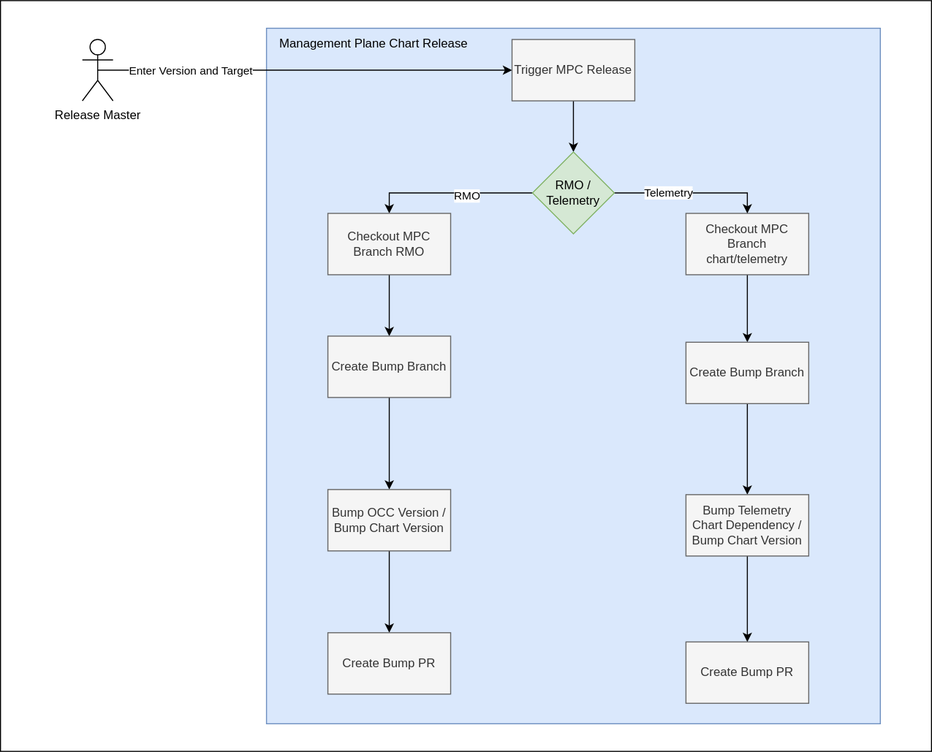
Above: docs/contributor/assets/auditable-release-mpc-release.drawio.svg in kyma-project/telemetry-manager (draw.io), before the change. Source tidied: cells renumbered, new cells last; positions are measured from the earlier drawing's top-left corner, leaving out a move shared by most shapes.
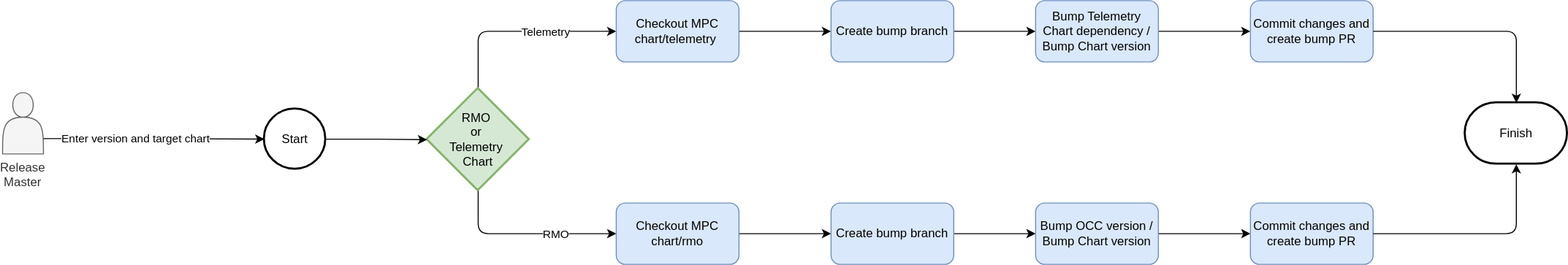
Above is the later version.

The edit, as a diff of the source:
```diff
@@ -2,88 +2,90 @@
   <root>
     <mxCell id="0" />
     <mxCell id="1" parent="0" />
-    <mxCell id="2" style="rounded=0;whiteSpace=wrap;html=1;" parent="1" vertex="1">
-      <mxGeometry width="910" height="734" as="geometry" />
-    </mxCell>
-    <mxCell id="3" style="rounded=0;whiteSpace=wrap;html=1;fillColor=#dae8fc;strokeColor=#6c8ebf;" parent="1" vertex="1">
-      <mxGeometry x="260" y="27" width="600" height="680" as="geometry" />
-    </mxCell>
-    <mxCell id="4" style="edgeStyle=orthogonalEdgeStyle;rounded=0;jettySize=auto;html=1;exitX=0.5;exitY=0.5;exitDx=0;exitDy=0;exitPerimeter=0;entryX=0;entryY=0.5;entryDx=0;entryDy=0;" parent="1" edge="1" source="6" target="8">
-      <mxGeometry relative="1" as="geometry" />
-    </mxCell>
-    <mxCell id="5" value="Enter Version and Target" style="edgeLabel;html=1;align=center;verticalAlign=middle;" parent="4" vertex="1">
-      <mxGeometry x="-0.26" y="-2" relative="1" as="geometry">
-        <mxPoint x="-59" y="-2" as="offset" />
-      </mxGeometry>
-    </mxCell>
-    <mxCell id="6" value="Release Master" style="shape=umlActor;verticalLabelPosition=bottom;verticalAlign=top;html=1;outlineConnect=0;" parent="1" vertex="1">
-      <mxGeometry x="80" y="38" width="30" height="60" as="geometry" />
+    <mxCell id="6" value="Release Master" style="shape=actor;whiteSpace=wrap;html=1;labelPosition=center;verticalLabelPosition=bottom;align=center;verticalAlign=top;fillColor=#f5f5f5;fontColor=#333333;strokeColor=#666666;" parent="1" vertex="1">
+      <mxGeometry x="80" y="38" width="40" height="60" as="geometry" />
     </mxCell>
-    <mxCell id="7" style="edgeStyle=orthogonalEdgeStyle;rounded=0;jettySize=auto;html=1;exitX=0.5;exitY=1;exitDx=0;exitDy=0;entryX=0.5;entryY=0;entryDx=0;entryDy=0;" parent="1" edge="1" source="8" target="20">
-      <mxGeometry relative="1" as="geometry" />
-    </mxCell>
-    <mxCell id="8" value="Trigger MPC Release" style="rounded=0;whiteSpace=wrap;html=1;fillColor=#f5f5f5;fontColor=#333333;strokeColor=#666666;" parent="1" vertex="1">
-      <mxGeometry x="500" y="38" width="120" height="60" as="geometry" />
-    </mxCell>
-    <mxCell id="9" style="edgeStyle=orthogonalEdgeStyle;rounded=0;jettySize=auto;html=1;exitX=0.5;exitY=1;exitDx=0;exitDy=0;entryX=0.5;entryY=0;entryDx=0;entryDy=0;" parent="1" edge="1" source="10" target="12">
-      <mxGeometry relative="1" as="geometry" />
-    </mxCell>
-    <mxCell id="10" value="Checkout MPC Branch chart/telemetry" style="rounded=0;whiteSpace=wrap;html=1;fillColor=#f5f5f5;fontColor=#333333;strokeColor=#666666;" parent="1" vertex="1">
-      <mxGeometry x="670" y="208" width="120" height="60" as="geometry" />
-    </mxCell>
-    <mxCell id="11" style="edgeStyle=orthogonalEdgeStyle;rounded=0;jettySize=auto;html=1;exitX=0.5;exitY=1;exitDx=0;exitDy=0;entryX=0.5;entryY=0;entryDx=0;entryDy=0;" parent="1" edge="1" source="12" target="14">
-      <mxGeometry relative="1" as="geometry" />
-    </mxCell>
-    <mxCell id="12" value="Create Bump Branch" style="rounded=0;whiteSpace=wrap;html=1;fillColor=#f5f5f5;fontColor=#333333;strokeColor=#666666;" parent="1" vertex="1">
-      <mxGeometry x="670" y="334" width="120" height="60" as="geometry" />
-    </mxCell>
-    <mxCell id="13" style="edgeStyle=orthogonalEdgeStyle;rounded=0;jettySize=auto;html=1;exitX=0.5;exitY=1;exitDx=0;exitDy=0;entryX=0.5;entryY=0;entryDx=0;entryDy=0;" parent="1" edge="1" source="14" target="15">
-      <mxGeometry relative="1" as="geometry" />
-    </mxCell>
-    <mxCell id="14" value="Bump Telemetry Chart Dependency / Bump Chart Version" style="rounded=0;whiteSpace=wrap;html=1;fillColor=#f5f5f5;fontColor=#333333;strokeColor=#666666;" parent="1" vertex="1">
-      <mxGeometry x="670" y="483" width="120" height="60" as="geometry" />
-    </mxCell>
-    <mxCell id="15" value="Create Bump PR" style="rounded=0;whiteSpace=wrap;html=1;fillColor=#f5f5f5;fontColor=#333333;strokeColor=#666666;" parent="1" vertex="1">
-      <mxGeometry x="670" y="627" width="120" height="60" as="geometry" />
-    </mxCell>
-    <mxCell id="16" style="edgeStyle=orthogonalEdgeStyle;rounded=0;jettySize=auto;html=1;exitX=1;exitY=0.5;exitDx=0;exitDy=0;entryX=0.5;entryY=0;entryDx=0;entryDy=0;" parent="1" edge="1" source="20" target="10">
-      <mxGeometry relative="1" as="geometry" />
-    </mxCell>
+    <mxCell id="29" value="Start" style="strokeWidth=2;html=1;shape=mxgraph.flowchart.start_2;whiteSpace=wrap;" parent="1" vertex="1">
+      <mxGeometry x="336" y="54" width="60" height="59" as="geometry" />
+    </mxCell>
+    <mxCell id="30" style="edgeStyle=orthogonalEdgeStyle;rounded=0;jettySize=auto;html=1;exitX=1;exitY=0.75;exitDx=0;exitDy=0;entryX=0;entryY=0.5;entryDx=0;entryDy=0;entryPerimeter=0;" parent="1" edge="1" source="6" target="29">
+      <mxGeometry relative="1" as="geometry" />
+    </mxCell>
+    <mxCell id="31" value="Enter version and target chart" style="edgeLabel;html=1;align=center;verticalAlign=middle;" parent="30" vertex="1">
+      <mxGeometry x="-0.17" y="1" relative="1" as="geometry" />
+    </mxCell>
+    <mxCell id="32" style="edgeStyle=orthogonalEdgeStyle;rounded=1;jettySize=auto;html=1;exitX=0.5;exitY=1;exitDx=0;exitDy=0;exitPerimeter=0;entryX=0;entryY=0.5;entryDx=0;entryDy=0;curved=0;" parent="1" edge="1" source="34" target="36">
+      <mxGeometry relative="1" as="geometry" />
+    </mxCell>
+    <mxCell id="19" value="RMO" style="edgeLabel;html=1;align=center;verticalAlign=middle;" parent="32" vertex="1">
+      <mxGeometry x="-0.45" y="1" relative="1" as="geometry">
+        <mxPoint x="69" y="1" as="offset" />
+      </mxGeometry>
+    </mxCell>
+    <mxCell id="33" style="edgeStyle=orthogonalEdgeStyle;rounded=1;jettySize=auto;html=1;entryX=0;entryY=0.5;entryDx=0;entryDy=0;curved=0;exitX=0.5;exitY=0;exitDx=0;exitDy=0;exitPerimeter=0;" parent="1" edge="1" source="34" target="38">
+      <mxGeometry relative="1" as="geometry" />
+    </mxCell>
-    <mxCell id="17" value="Telemetry" style="edgeLabel;html=1;align=center;verticalAlign=middle;" parent="16" vertex="1">
-      <mxGeometry x="-0.31" y="1" relative="1" as="geometry" />
+    <mxCell id="17" value="Telemetry" style="edgeLabel;html=1;align=center;verticalAlign=middle;" parent="33" vertex="1">
+      <mxGeometry x="-0.32" y="3" relative="1" as="geometry">
+        <mxPoint x="56" y="3" as="offset" />
+      </mxGeometry>
     </mxCell>
-    <mxCell id="18" style="edgeStyle=orthogonalEdgeStyle;rounded=0;jettySize=auto;html=1;exitX=0;exitY=0.5;exitDx=0;exitDy=0;entryX=0.5;entryY=0;entryDx=0;entryDy=0;" parent="1" edge="1" source="20" target="22">
-      <mxGeometry relative="1" as="geometry" />
-    </mxCell>
-    <mxCell id="19" value="RMO" style="edgeLabel;html=1;align=center;verticalAlign=middle;" parent="18" vertex="1">
-      <mxGeometry x="-0.19" y="2" relative="1" as="geometry" />
-    </mxCell>
-    <mxCell id="20" value="RMO / Telemetry" style="rhombus;whiteSpace=wrap;html=1;fillColor=#d5e8d4;strokeColor=#82b366;" parent="1" vertex="1">
-      <mxGeometry x="520" y="148" width="80" height="80" as="geometry" />
-    </mxCell>
-    <mxCell id="21" style="edgeStyle=orthogonalEdgeStyle;rounded=0;jettySize=auto;html=1;exitX=0.5;exitY=1;exitDx=0;exitDy=0;" parent="1" edge="1" source="22" target="24">
-      <mxGeometry relative="1" as="geometry" />
-    </mxCell>
-    <mxCell id="22" value="Checkout MPC Branch RMO" style="rounded=0;whiteSpace=wrap;html=1;fillColor=#f5f5f5;fontColor=#333333;strokeColor=#666666;" parent="1" vertex="1">
-      <mxGeometry x="320" y="208" width="120" height="60" as="geometry" />
-    </mxCell>
-    <mxCell id="23" style="edgeStyle=orthogonalEdgeStyle;rounded=0;jettySize=auto;html=1;exitX=0.5;exitY=1;exitDx=0;exitDy=0;entryX=0.5;entryY=0;entryDx=0;entryDy=0;" parent="1" edge="1" source="24" target="26">
-      <mxGeometry relative="1" as="geometry" />
-    </mxCell>
-    <mxCell id="24" value="Create Bump Branch" style="rounded=0;whiteSpace=wrap;html=1;fillColor=#f5f5f5;fontColor=#333333;strokeColor=#666666;" parent="1" vertex="1">
-      <mxGeometry x="320" y="328" width="120" height="60" as="geometry" />
-    </mxCell>
-    <mxCell id="25" style="edgeStyle=orthogonalEdgeStyle;rounded=0;jettySize=auto;html=1;exitX=0.5;exitY=1;exitDx=0;exitDy=0;entryX=0.5;entryY=0;entryDx=0;entryDy=0;" parent="1" edge="1" source="26" target="27">
-      <mxGeometry relative="1" as="geometry" />
-    </mxCell>
-    <mxCell id="26" value="Bump OCC Version / Bump Chart Version" style="rounded=0;whiteSpace=wrap;html=1;fillColor=#f5f5f5;fontColor=#333333;strokeColor=#666666;" parent="1" vertex="1">
-      <mxGeometry x="320" y="478" width="120" height="60" as="geometry" />
-    </mxCell>
-    <mxCell id="27" value="Create Bump PR" style="rounded=0;whiteSpace=wrap;html=1;fillColor=#f5f5f5;fontColor=#333333;strokeColor=#666666;" parent="1" vertex="1">
-      <mxGeometry x="320" y="618" width="120" height="60" as="geometry" />
-    </mxCell>
-    <mxCell id="28" value="Management Plane Chart Release" style="text;html=1;whiteSpace=wrap;strokeColor=none;fillColor=none;align=center;verticalAlign=middle;rounded=0;" parent="1" vertex="1">
-      <mxGeometry x="270" y="27" width="190" height="30" as="geometry" />
-    </mxCell>
+    <mxCell id="34" value="RMO&amp;nbsp;&lt;div&gt;or&amp;nbsp;&lt;div&gt;Telemetry&amp;nbsp;&lt;/div&gt;&lt;div&gt;Chart&lt;/div&gt;&lt;/div&gt;" style="strokeWidth=2;html=1;shape=mxgraph.flowchart.decision;whiteSpace=wrap;fillColor=#d5e8d4;strokeColor=#82b366;" parent="1" vertex="1">
+      <mxGeometry x="495" y="34" width="100" height="100" as="geometry" />
+    </mxCell>
+    <mxCell id="35" style="edgeStyle=orthogonalEdgeStyle;rounded=0;jettySize=auto;html=1;exitX=1;exitY=0.5;exitDx=0;exitDy=0;entryX=0;entryY=0.5;entryDx=0;entryDy=0;" parent="1" edge="1" source="36" target="40">
+      <mxGeometry relative="1" as="geometry" />
+    </mxCell>
+    <mxCell id="36" value="Checkout MPC chart/rmo" style="rounded=1;whiteSpace=wrap;html=1;fillColor=#dae8fc;strokeColor=#6c8ebf;" parent="1" vertex="1">
+      <mxGeometry x="680" y="146" width="120" height="60" as="geometry" />
+    </mxCell>
+    <mxCell id="37" style="edgeStyle=orthogonalEdgeStyle;rounded=0;jettySize=auto;html=1;exitX=1;exitY=0.5;exitDx=0;exitDy=0;entryX=0;entryY=0.5;entryDx=0;entryDy=0;" parent="1" edge="1" source="38" target="46">
+      <mxGeometry relative="1" as="geometry" />
+    </mxCell>
+    <mxCell id="38" value="Checkout MPC chart/telemetry&amp;nbsp;" style="rounded=1;whiteSpace=wrap;html=1;fillColor=#dae8fc;strokeColor=#6c8ebf;" parent="1" vertex="1">
+      <mxGeometry x="680" y="-52" width="120" height="60" as="geometry" />
+    </mxCell>
+    <mxCell id="39" style="edgeStyle=orthogonalEdgeStyle;rounded=0;jettySize=auto;html=1;exitX=1;exitY=0.5;exitDx=0;exitDy=0;entryX=0;entryY=0.5;entryDx=0;entryDy=0;" parent="1" edge="1" source="40" target="42">
+      <mxGeometry relative="1" as="geometry" />
+    </mxCell>
+    <mxCell id="40" value="Create bump branch" style="rounded=1;whiteSpace=wrap;html=1;fillColor=#dae8fc;strokeColor=#6c8ebf;" parent="1" vertex="1">
+      <mxGeometry x="890" y="146" width="120" height="60" as="geometry" />
+    </mxCell>
+    <mxCell id="41" style="edgeStyle=orthogonalEdgeStyle;rounded=0;jettySize=auto;html=1;exitX=1;exitY=0.5;exitDx=0;exitDy=0;entryX=0;entryY=0.5;entryDx=0;entryDy=0;" parent="1" edge="1" source="42" target="43">
+      <mxGeometry relative="1" as="geometry" />
+    </mxCell>
+    <mxCell id="42" value="Bump OCC version / Bump Chart version" style="rounded=1;whiteSpace=wrap;html=1;fillColor=#dae8fc;strokeColor=#6c8ebf;" parent="1" vertex="1">
+      <mxGeometry x="1090" y="146" width="120" height="60" as="geometry" />
+    </mxCell>
+    <mxCell id="43" value="Commit changes and create bump PR" style="rounded=1;whiteSpace=wrap;html=1;fillColor=#dae8fc;strokeColor=#6c8ebf;" parent="1" vertex="1">
+      <mxGeometry x="1300" y="146" width="120" height="60" as="geometry" />
+    </mxCell>
+    <mxCell id="44" value="Finish" style="strokeWidth=2;html=1;shape=mxgraph.flowchart.terminator;whiteSpace=wrap;" parent="1" vertex="1">
+      <mxGeometry x="1510" y="48" width="100" height="60" as="geometry" />
+    </mxCell>
+    <mxCell id="45" style="edgeStyle=orthogonalEdgeStyle;rounded=0;jettySize=auto;html=1;exitX=1;exitY=0.5;exitDx=0;exitDy=0;entryX=0;entryY=0.5;entryDx=0;entryDy=0;" parent="1" edge="1" source="46" target="48">
+      <mxGeometry relative="1" as="geometry" />
+    </mxCell>
+    <mxCell id="46" value="Create bump branch" style="rounded=1;whiteSpace=wrap;html=1;fillColor=#dae8fc;strokeColor=#6c8ebf;" parent="1" vertex="1">
+      <mxGeometry x="890" y="-52" width="120" height="60" as="geometry" />
+    </mxCell>
+    <mxCell id="47" style="edgeStyle=orthogonalEdgeStyle;rounded=0;jettySize=auto;html=1;exitX=1;exitY=0.5;exitDx=0;exitDy=0;entryX=0;entryY=0.5;entryDx=0;entryDy=0;" parent="1" edge="1" source="48" target="49">
+      <mxGeometry relative="1" as="geometry" />
+    </mxCell>
+    <mxCell id="48" value="Bump Telemetry Chart dependency / Bump Chart version" style="rounded=1;whiteSpace=wrap;html=1;fillColor=#dae8fc;strokeColor=#6c8ebf;" parent="1" vertex="1">
+      <mxGeometry x="1090" y="-52" width="120" height="60" as="geometry" />
+    </mxCell>
+    <mxCell id="49" value="Commit changes and create bump PR" style="rounded=1;whiteSpace=wrap;html=1;fillColor=#dae8fc;strokeColor=#6c8ebf;" parent="1" vertex="1">
+      <mxGeometry x="1300" y="-52" width="120" height="60" as="geometry" />
+    </mxCell>
+    <mxCell id="50" style="edgeStyle=orthogonalEdgeStyle;rounded=0;jettySize=auto;html=1;exitX=1;exitY=0.5;exitDx=0;exitDy=0;exitPerimeter=0;entryX=0;entryY=0.5;entryDx=0;entryDy=0;entryPerimeter=0;" parent="1" edge="1" source="29" target="34">
+      <mxGeometry relative="1" as="geometry" />
+    </mxCell>
+    <mxCell id="51" style="edgeStyle=orthogonalEdgeStyle;rounded=1;jettySize=auto;html=1;exitX=1;exitY=0.5;exitDx=0;exitDy=0;entryX=0.5;entryY=0;entryDx=0;entryDy=0;entryPerimeter=0;curved=0;" parent="1" edge="1" source="49" target="44">
+      <mxGeometry relative="1" as="geometry" />
+    </mxCell>
+    <mxCell id="52" style="edgeStyle=orthogonalEdgeStyle;rounded=1;jettySize=auto;html=1;exitX=1;exitY=0.5;exitDx=0;exitDy=0;entryX=0.5;entryY=1;entryDx=0;entryDy=0;entryPerimeter=0;curved=0;" parent="1" edge="1" source="43" target="44">
+      <mxGeometry relative="1" as="geometry" />
+    </mxCell>
   </root>
 </mxGraphModel>
```
